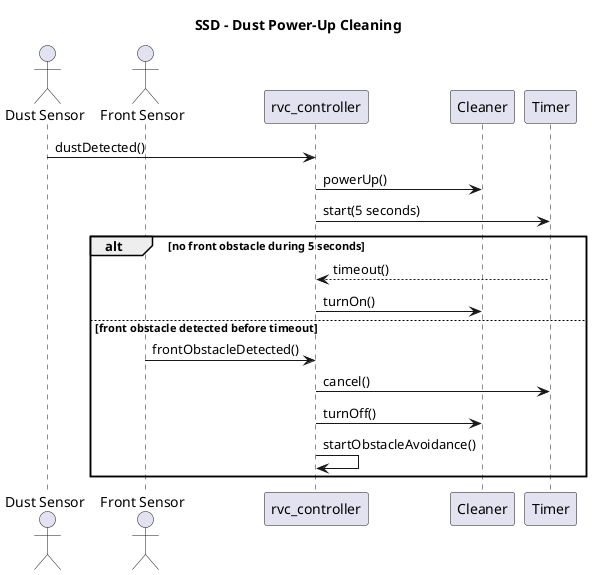
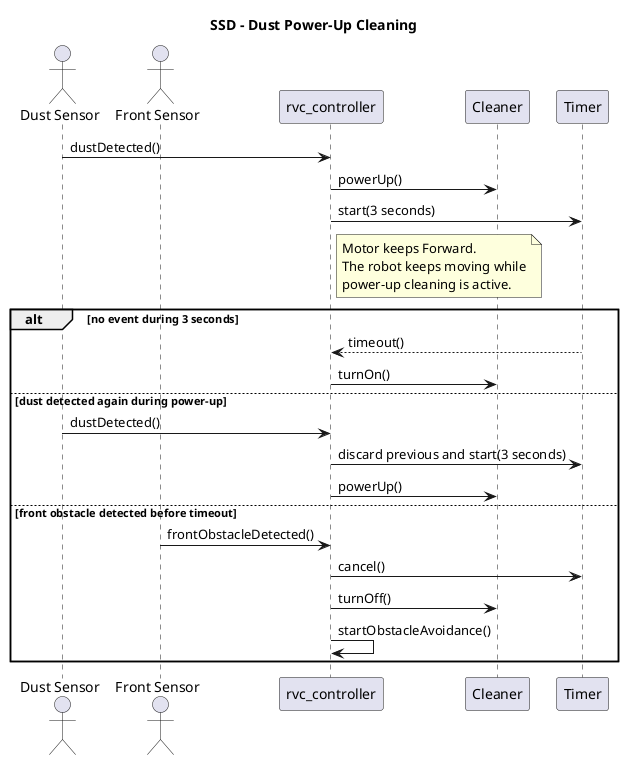
@startuml
title SSD - Dust Power-Up Cleaning

actor "Dust Sensor" as DustSensor
actor "Front Sensor" as FrontSensor
participant "rvc_controller" as Controller
participant Cleaner
participant Timer

DustSensor -> Controller: dustDetected()
Controller -> Cleaner: powerUp()
- Controller -> Timer: start(5 seconds)
+ Controller -> Timer: start(3 seconds)
+ note right of Controller
+   Motor keeps Forward.
+   The robot keeps moving while
+   power-up cleaning is active.
+ end note

- alt no front obstacle during 5 seconds
+ alt no event during 3 seconds
  Timer --> Controller: timeout()
  Controller -> Cleaner: turnOn()
+ else dust detected again during power-up
+   DustSensor -> Controller: dustDetected()
+   Controller -> Timer: discard previous and start(3 seconds)
+   Controller -> Cleaner: powerUp()
else front obstacle detected before timeout
  FrontSensor -> Controller: frontObstacleDetected()
  Controller -> Timer: cancel()
  Controller -> Cleaner: turnOff()
  Controller -> Controller: startObstacleAvoidance()
end
@enduml
